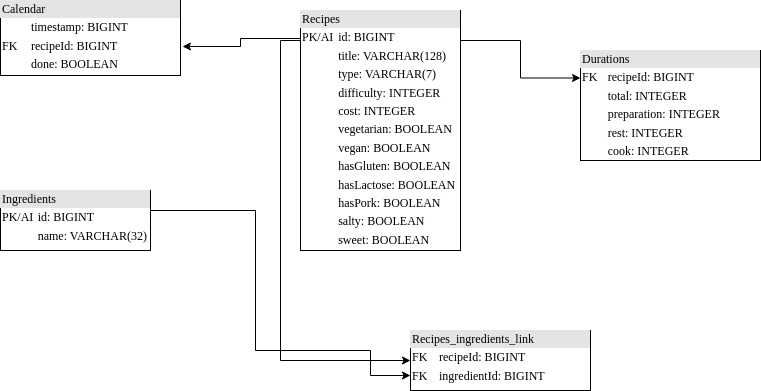
Vjonquiere/KeskonMange keeps this draw.io diagram as server/database.png. Above is the earlier version. Source tidied: cells renumbered, new cells last; positions are measured from the earlier drawing's top-left corner, leaving out a move shared by most shapes. Its diagram source:
```xml
<mxGraphModel>
  <root>
    <mxCell id="0" />
    <mxCell id="1" parent="0" />
    <mxCell id="2" style="edgeStyle=orthogonalEdgeStyle;rounded=0;jettySize=auto;html=1;exitX=1;exitY=0.5;exitDx=0;exitDy=0;entryX=0;entryY=0.25;entryDx=0;entryDy=0;" parent="1" edge="1" source="5" target="10">
      <mxGeometry relative="1" as="geometry">
        <Array as="points">
          <mxPoint x="460" y="40" />
          <mxPoint x="520" y="40" />
          <mxPoint x="520" y="78" />
        </Array>
      </mxGeometry>
    </mxCell>
    <mxCell id="3" style="edgeStyle=orthogonalEdgeStyle;rounded=0;jettySize=auto;html=1;entryX=1.011;entryY=0.613;entryDx=0;entryDy=0;entryPerimeter=0;" parent="1" edge="1" source="5" target="9">
      <mxGeometry relative="1" as="geometry">
        <Array as="points">
          <mxPoint x="240" y="38" />
          <mxPoint x="240" y="46" />
        </Array>
      </mxGeometry>
    </mxCell>
    <mxCell id="4" style="edgeStyle=orthogonalEdgeStyle;rounded=0;jettySize=auto;html=1;exitX=0;exitY=0.25;exitDx=0;exitDy=0;entryX=0;entryY=0.5;entryDx=0;entryDy=0;" parent="1" edge="1" source="5" target="8">
      <mxGeometry relative="1" as="geometry">
        <Array as="points">
          <mxPoint x="300" y="40" />
          <mxPoint x="280" y="40" />
          <mxPoint x="280" y="360" />
        </Array>
      </mxGeometry>
    </mxCell>
    <mxCell id="5" value="&lt;div style=&quot;box-sizing:border-box;width:100%;background:#e4e4e4;padding:2px;&quot;&gt;Recipes&lt;/div&gt;&lt;table style=&quot;width:100%;font-size:1em;&quot; cellpadding=&quot;2&quot; cellspacing=&quot;0&quot;&gt;&lt;tbody&gt;&lt;tr&gt;&lt;td&gt;PK/AI&lt;/td&gt;&lt;td&gt;id: BIGINT&amp;nbsp;&lt;/td&gt;&lt;/tr&gt;&lt;tr&gt;&lt;td&gt;&lt;br&gt;&lt;/td&gt;&lt;td&gt;title: VARCHAR(128)&lt;/td&gt;&lt;/tr&gt;&lt;tr&gt;&lt;td&gt;&lt;br&gt;&lt;/td&gt;&lt;td&gt;type: VARCHAR(7)&lt;/td&gt;&lt;/tr&gt;&lt;tr&gt;&lt;td&gt;&lt;br&gt;&lt;/td&gt;&lt;td&gt;difficulty: INTEGER&lt;br&gt;&lt;/td&gt;&lt;/tr&gt;&lt;tr&gt;&lt;td&gt;&lt;br&gt;&lt;/td&gt;&lt;td&gt;cost: INTEGER&lt;br&gt;&lt;/td&gt;&lt;/tr&gt;&lt;tr&gt;&lt;td&gt;&lt;br&gt;&lt;/td&gt;&lt;td&gt;vegetarian: BOOLEAN&lt;/td&gt;&lt;/tr&gt;&lt;tr&gt;&lt;td&gt;&lt;br&gt;&lt;/td&gt;&lt;td&gt;vegan: BOOLEAN&lt;/td&gt;&lt;/tr&gt;&lt;tr&gt;&lt;td&gt;&lt;br&gt;&lt;/td&gt;&lt;td&gt;hasGluten: BOOLEAN&lt;/td&gt;&lt;/tr&gt;&lt;tr&gt;&lt;td&gt;&lt;br&gt;&lt;/td&gt;&lt;td&gt;hasLactose: BOOLEAN&lt;/td&gt;&lt;/tr&gt;&lt;tr&gt;&lt;td&gt;&lt;br&gt;&lt;/td&gt;&lt;td&gt;hasPork: BOOLEAN&lt;/td&gt;&lt;/tr&gt;&lt;tr&gt;&lt;td&gt;&lt;br&gt;&lt;/td&gt;&lt;td&gt;salty: BOOLEAN&lt;/td&gt;&lt;/tr&gt;&lt;tr&gt;&lt;td&gt;&lt;br&gt;&lt;/td&gt;&lt;td&gt;sweet: BOOLEAN&lt;/td&gt;&lt;/tr&gt;&lt;/tbody&gt;&lt;/table&gt;" style="verticalAlign=top;align=left;overflow=fill;html=1;rounded=0;shadow=0;comic=0;labelBackgroundColor=none;strokeWidth=1;fontFamily=Verdana;fontSize=12;" parent="1" vertex="1">
      <mxGeometry x="300" y="10" width="160" height="240" as="geometry" />
    </mxCell>
    <mxCell id="6" style="edgeStyle=orthogonalEdgeStyle;rounded=0;jettySize=auto;html=1;entryX=0;entryY=0.75;entryDx=0;entryDy=0;" parent="1" edge="1" source="7" target="8">
      <mxGeometry relative="1" as="geometry">
        <Array as="points">
          <mxPoint x="255" y="210" />
          <mxPoint x="255" y="350" />
          <mxPoint x="370" y="350" />
        </Array>
      </mxGeometry>
    </mxCell>
    <mxCell id="7" value="&lt;div style=&quot;box-sizing: border-box ; width: 100% ; background: #e4e4e4 ; padding: 2px&quot;&gt;Ingredients&lt;/div&gt;&lt;table style=&quot;width: 100% ; font-size: 1em&quot; cellpadding=&quot;2&quot; cellspacing=&quot;0&quot;&gt;&lt;tbody&gt;&lt;tr&gt;&lt;td&gt;PK/AI&lt;/td&gt;&lt;td&gt;id: BIGINT&lt;/td&gt;&lt;/tr&gt;&lt;tr&gt;&lt;td&gt;&lt;br&gt;&lt;/td&gt;&lt;td&gt;name: VARCHAR(32)&lt;/td&gt;&lt;/tr&gt;&lt;tr&gt;&lt;td&gt;&lt;/td&gt;&lt;td&gt;&lt;br&gt;&lt;/td&gt;&lt;/tr&gt;&lt;tr&gt;&lt;td&gt;&lt;br&gt;&lt;/td&gt;&lt;td&gt;&lt;br&gt;&lt;/td&gt;&lt;/tr&gt;&lt;tr&gt;&lt;td&gt;&lt;br&gt;&lt;/td&gt;&lt;td&gt;&lt;br&gt;&lt;/td&gt;&lt;/tr&gt;&lt;tr&gt;&lt;td&gt;&lt;br&gt;&lt;/td&gt;&lt;td&gt;&lt;br&gt;&lt;/td&gt;&lt;/tr&gt;&lt;/tbody&gt;&lt;/table&gt;" style="verticalAlign=top;align=left;overflow=fill;html=1;rounded=0;shadow=0;comic=0;labelBackgroundColor=none;strokeWidth=1;fontFamily=Verdana;fontSize=12;" parent="1" vertex="1">
      <mxGeometry y="190" width="150" height="60" as="geometry" />
    </mxCell>
    <mxCell id="8" value="&lt;div style=&quot;box-sizing: border-box ; width: 100% ; background: #e4e4e4 ; padding: 2px&quot;&gt;Recipes_ingredients_link&lt;/div&gt;&lt;table style=&quot;width: 100% ; font-size: 1em&quot; cellpadding=&quot;2&quot; cellspacing=&quot;0&quot;&gt;&lt;tbody&gt;&lt;tr&gt;&lt;td&gt;FK&lt;/td&gt;&lt;td&gt;recipeId: BIGINT&lt;/td&gt;&lt;/tr&gt;&lt;tr&gt;&lt;td&gt;FK&lt;/td&gt;&lt;td&gt;ingredientId: BIGINT&lt;/td&gt;&lt;/tr&gt;&lt;/tbody&gt;&lt;/table&gt;" style="verticalAlign=top;align=left;overflow=fill;html=1;rounded=0;shadow=0;comic=0;labelBackgroundColor=none;strokeWidth=1;fontFamily=Verdana;fontSize=12;" parent="1" vertex="1">
      <mxGeometry x="410" y="330" width="180" height="60" as="geometry" />
    </mxCell>
    <mxCell id="9" value="&lt;div style=&quot;box-sizing: border-box ; width: 100% ; background: #e4e4e4 ; padding: 2px&quot;&gt;Calendar&lt;/div&gt;&lt;table style=&quot;width: 100% ; font-size: 1em&quot; cellpadding=&quot;2&quot; cellspacing=&quot;0&quot;&gt;&lt;tbody&gt;&lt;tr&gt;&lt;td&gt;&lt;br&gt;&lt;/td&gt;&lt;td&gt;timestamp: BIGINT&lt;/td&gt;&lt;/tr&gt;&lt;tr&gt;&lt;td&gt;FK&lt;/td&gt;&lt;td&gt;recipeId: BIGINT&lt;/td&gt;&lt;/tr&gt;&lt;tr&gt;&lt;td&gt;&lt;/td&gt;&lt;td&gt;done: BOOLEAN&lt;/td&gt;&lt;/tr&gt;&lt;/tbody&gt;&lt;/table&gt;" style="verticalAlign=top;align=left;overflow=fill;html=1;rounded=0;shadow=0;comic=0;labelBackgroundColor=none;strokeWidth=1;fontFamily=Verdana;fontSize=12;" parent="1" vertex="1">
      <mxGeometry width="180" height="75" as="geometry" />
    </mxCell>
    <mxCell id="10" value="&lt;div style=&quot;box-sizing:border-box;width:100%;background:#e4e4e4;padding:2px;&quot;&gt;Durations&lt;/div&gt;&lt;table style=&quot;width:100%;font-size:1em;&quot; cellpadding=&quot;2&quot; cellspacing=&quot;0&quot;&gt;&lt;tbody&gt;&lt;tr&gt;&lt;td&gt;FK&lt;/td&gt;&lt;td&gt;recipeId: BIGINT&lt;/td&gt;&lt;/tr&gt;&lt;tr&gt;&lt;td&gt;&lt;br&gt;&lt;/td&gt;&lt;td&gt;total: INTEGER&lt;/td&gt;&lt;/tr&gt;&lt;tr&gt;&lt;td&gt;&lt;/td&gt;&lt;td&gt;preparation: INTEGER&lt;br&gt;&lt;/td&gt;&lt;/tr&gt;&lt;tr&gt;&lt;td&gt;&lt;br&gt;&lt;/td&gt;&lt;td&gt;rest: INTEGER&lt;/td&gt;&lt;/tr&gt;&lt;tr&gt;&lt;td&gt;&lt;br&gt;&lt;/td&gt;&lt;td&gt;cook: INTEGER&lt;/td&gt;&lt;/tr&gt;&lt;/tbody&gt;&lt;/table&gt;" style="verticalAlign=top;align=left;overflow=fill;html=1;rounded=0;shadow=0;comic=0;labelBackgroundColor=none;strokeWidth=1;fontFamily=Verdana;fontSize=12;" parent="1" vertex="1">
      <mxGeometry x="580" y="50" width="180" height="110" as="geometry" />
    </mxCell>
  </root>
</mxGraphModel>
```
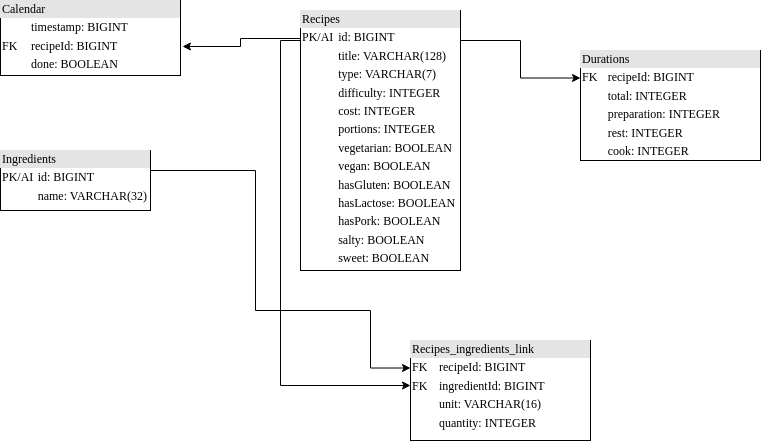
The same diagram one commit later.

Commit message:
portion on recipe table

What changed in the source:
```diff
@@ -19,32 +19,36 @@
         </Array>
       </mxGeometry>
     </mxCell>
-    <mxCell id="4" style="edgeStyle=orthogonalEdgeStyle;rounded=0;jettySize=auto;html=1;exitX=0;exitY=0.25;exitDx=0;exitDy=0;entryX=0;entryY=0.5;entryDx=0;entryDy=0;" parent="1" edge="1" source="5" target="8">
+    <mxCell id="4" style="edgeStyle=orthogonalEdgeStyle;rounded=0;orthogonalLoop=1;jettySize=auto;html=1;exitX=0;exitY=0.25;exitDx=0;exitDy=0;entryX=0;entryY=0.5;entryDx=0;entryDy=0;" parent="1" edge="1">
       <mxGeometry relative="1" as="geometry">
+        <mxPoint x="300" y="75" as="sourcePoint" />
+        <mxPoint x="410" y="385" as="targetPoint" />
         <Array as="points">
           <mxPoint x="300" y="40" />
           <mxPoint x="280" y="40" />
-          <mxPoint x="280" y="360" />
+          <mxPoint x="280" y="385" />
         </Array>
       </mxGeometry>
     </mxCell>
-    <mxCell id="5" value="&lt;div style=&quot;box-sizing:border-box;width:100%;background:#e4e4e4;padding:2px;&quot;&gt;Recipes&lt;/div&gt;&lt;table style=&quot;width:100%;font-size:1em;&quot; cellpadding=&quot;2&quot; cellspacing=&quot;0&quot;&gt;&lt;tbody&gt;&lt;tr&gt;&lt;td&gt;PK/AI&lt;/td&gt;&lt;td&gt;id: BIGINT&amp;nbsp;&lt;/td&gt;&lt;/tr&gt;&lt;tr&gt;&lt;td&gt;&lt;br&gt;&lt;/td&gt;&lt;td&gt;title: VARCHAR(128)&lt;/td&gt;&lt;/tr&gt;&lt;tr&gt;&lt;td&gt;&lt;br&gt;&lt;/td&gt;&lt;td&gt;type: VARCHAR(7)&lt;/td&gt;&lt;/tr&gt;&lt;tr&gt;&lt;td&gt;&lt;br&gt;&lt;/td&gt;&lt;td&gt;difficulty: INTEGER&lt;br&gt;&lt;/td&gt;&lt;/tr&gt;&lt;tr&gt;&lt;td&gt;&lt;br&gt;&lt;/td&gt;&lt;td&gt;cost: INTEGER&lt;br&gt;&lt;/td&gt;&lt;/tr&gt;&lt;tr&gt;&lt;td&gt;&lt;br&gt;&lt;/td&gt;&lt;td&gt;vegetarian: BOOLEAN&lt;/td&gt;&lt;/tr&gt;&lt;tr&gt;&lt;td&gt;&lt;br&gt;&lt;/td&gt;&lt;td&gt;vegan: BOOLEAN&lt;/td&gt;&lt;/tr&gt;&lt;tr&gt;&lt;td&gt;&lt;br&gt;&lt;/td&gt;&lt;td&gt;hasGluten: BOOLEAN&lt;/td&gt;&lt;/tr&gt;&lt;tr&gt;&lt;td&gt;&lt;br&gt;&lt;/td&gt;&lt;td&gt;hasLactose: BOOLEAN&lt;/td&gt;&lt;/tr&gt;&lt;tr&gt;&lt;td&gt;&lt;br&gt;&lt;/td&gt;&lt;td&gt;hasPork: BOOLEAN&lt;/td&gt;&lt;/tr&gt;&lt;tr&gt;&lt;td&gt;&lt;br&gt;&lt;/td&gt;&lt;td&gt;salty: BOOLEAN&lt;/td&gt;&lt;/tr&gt;&lt;tr&gt;&lt;td&gt;&lt;br&gt;&lt;/td&gt;&lt;td&gt;sweet: BOOLEAN&lt;/td&gt;&lt;/tr&gt;&lt;/tbody&gt;&lt;/table&gt;" style="verticalAlign=top;align=left;overflow=fill;html=1;rounded=0;shadow=0;comic=0;labelBackgroundColor=none;strokeWidth=1;fontFamily=Verdana;fontSize=12;" parent="1" vertex="1">
-      <mxGeometry x="300" y="10" width="160" height="240" as="geometry" />
+    <mxCell id="5" value="&lt;div style=&quot;box-sizing:border-box;width:100%;background:#e4e4e4;padding:2px;&quot;&gt;Recipes&lt;/div&gt;&lt;table style=&quot;width:100%;font-size:1em;&quot; cellpadding=&quot;2&quot; cellspacing=&quot;0&quot;&gt;&lt;tbody&gt;&lt;tr&gt;&lt;td&gt;PK/AI&lt;/td&gt;&lt;td&gt;id: BIGINT&amp;nbsp;&lt;/td&gt;&lt;/tr&gt;&lt;tr&gt;&lt;td&gt;&lt;br&gt;&lt;/td&gt;&lt;td&gt;title: VARCHAR(128)&lt;/td&gt;&lt;/tr&gt;&lt;tr&gt;&lt;td&gt;&lt;br&gt;&lt;/td&gt;&lt;td&gt;type: VARCHAR(7)&lt;/td&gt;&lt;/tr&gt;&lt;tr&gt;&lt;td&gt;&lt;br&gt;&lt;/td&gt;&lt;td&gt;difficulty: INTEGER&lt;br&gt;&lt;/td&gt;&lt;/tr&gt;&lt;tr&gt;&lt;td&gt;&lt;br&gt;&lt;/td&gt;&lt;td&gt;cost: INTEGER&lt;br&gt;&lt;/td&gt;&lt;/tr&gt;&lt;tr&gt;&lt;td&gt;&lt;br&gt;&lt;/td&gt;&lt;td&gt;portions: INTEGER&lt;/td&gt;&lt;/tr&gt;&lt;tr&gt;&lt;td&gt;&lt;br&gt;&lt;/td&gt;&lt;td&gt;vegetarian: BOOLEAN&lt;/td&gt;&lt;/tr&gt;&lt;tr&gt;&lt;td&gt;&lt;br&gt;&lt;/td&gt;&lt;td&gt;vegan: BOOLEAN&lt;/td&gt;&lt;/tr&gt;&lt;tr&gt;&lt;td&gt;&lt;br&gt;&lt;/td&gt;&lt;td&gt;hasGluten: BOOLEAN&lt;/td&gt;&lt;/tr&gt;&lt;tr&gt;&lt;td&gt;&lt;br&gt;&lt;/td&gt;&lt;td&gt;hasLactose: BOOLEAN&lt;/td&gt;&lt;/tr&gt;&lt;tr&gt;&lt;td&gt;&lt;br&gt;&lt;/td&gt;&lt;td&gt;hasPork: BOOLEAN&lt;/td&gt;&lt;/tr&gt;&lt;tr&gt;&lt;td&gt;&lt;br&gt;&lt;/td&gt;&lt;td&gt;salty: BOOLEAN&lt;/td&gt;&lt;/tr&gt;&lt;tr&gt;&lt;td&gt;&lt;br&gt;&lt;/td&gt;&lt;td&gt;sweet: BOOLEAN&lt;/td&gt;&lt;/tr&gt;&lt;/tbody&gt;&lt;/table&gt;" style="verticalAlign=top;align=left;overflow=fill;html=1;rounded=0;shadow=0;comic=0;labelBackgroundColor=none;strokeWidth=1;fontFamily=Verdana;fontSize=12;" parent="1" vertex="1">
+      <mxGeometry x="300" y="10" width="160" height="260" as="geometry" />
     </mxCell>
-    <mxCell id="6" style="edgeStyle=orthogonalEdgeStyle;rounded=0;jettySize=auto;html=1;entryX=0;entryY=0.75;entryDx=0;entryDy=0;" parent="1" edge="1" source="7" target="8">
+    <mxCell id="6" style="edgeStyle=orthogonalEdgeStyle;rounded=0;orthogonalLoop=1;jettySize=auto;html=1;entryX=0;entryY=0.75;entryDx=0;entryDy=0;" parent="1" edge="1">
       <mxGeometry relative="1" as="geometry">
+        <mxPoint x="150" y="170" as="sourcePoint" />
+        <mxPoint x="410" y="367.5" as="targetPoint" />
         <Array as="points">
-          <mxPoint x="255" y="210" />
-          <mxPoint x="255" y="350" />
-          <mxPoint x="370" y="350" />
+          <mxPoint x="255" y="170" />
+          <mxPoint x="255" y="310" />
+          <mxPoint x="370" y="310" />
         </Array>
       </mxGeometry>
     </mxCell>
     <mxCell id="7" value="&lt;div style=&quot;box-sizing: border-box ; width: 100% ; background: #e4e4e4 ; padding: 2px&quot;&gt;Ingredients&lt;/div&gt;&lt;table style=&quot;width: 100% ; font-size: 1em&quot; cellpadding=&quot;2&quot; cellspacing=&quot;0&quot;&gt;&lt;tbody&gt;&lt;tr&gt;&lt;td&gt;PK/AI&lt;/td&gt;&lt;td&gt;id: BIGINT&lt;/td&gt;&lt;/tr&gt;&lt;tr&gt;&lt;td&gt;&lt;br&gt;&lt;/td&gt;&lt;td&gt;name: VARCHAR(32)&lt;/td&gt;&lt;/tr&gt;&lt;tr&gt;&lt;td&gt;&lt;/td&gt;&lt;td&gt;&lt;br&gt;&lt;/td&gt;&lt;/tr&gt;&lt;tr&gt;&lt;td&gt;&lt;br&gt;&lt;/td&gt;&lt;td&gt;&lt;br&gt;&lt;/td&gt;&lt;/tr&gt;&lt;tr&gt;&lt;td&gt;&lt;br&gt;&lt;/td&gt;&lt;td&gt;&lt;br&gt;&lt;/td&gt;&lt;/tr&gt;&lt;tr&gt;&lt;td&gt;&lt;br&gt;&lt;/td&gt;&lt;td&gt;&lt;br&gt;&lt;/td&gt;&lt;/tr&gt;&lt;/tbody&gt;&lt;/table&gt;" style="verticalAlign=top;align=left;overflow=fill;html=1;rounded=0;shadow=0;comic=0;labelBackgroundColor=none;strokeWidth=1;fontFamily=Verdana;fontSize=12;" parent="1" vertex="1">
-      <mxGeometry y="190" width="150" height="60" as="geometry" />
+      <mxGeometry y="150" width="150" height="60" as="geometry" />
     </mxCell>
-    <mxCell id="8" value="&lt;div style=&quot;box-sizing: border-box ; width: 100% ; background: #e4e4e4 ; padding: 2px&quot;&gt;Recipes_ingredients_link&lt;/div&gt;&lt;table style=&quot;width: 100% ; font-size: 1em&quot; cellpadding=&quot;2&quot; cellspacing=&quot;0&quot;&gt;&lt;tbody&gt;&lt;tr&gt;&lt;td&gt;FK&lt;/td&gt;&lt;td&gt;recipeId: BIGINT&lt;/td&gt;&lt;/tr&gt;&lt;tr&gt;&lt;td&gt;FK&lt;/td&gt;&lt;td&gt;ingredientId: BIGINT&lt;/td&gt;&lt;/tr&gt;&lt;/tbody&gt;&lt;/table&gt;" style="verticalAlign=top;align=left;overflow=fill;html=1;rounded=0;shadow=0;comic=0;labelBackgroundColor=none;strokeWidth=1;fontFamily=Verdana;fontSize=12;" parent="1" vertex="1">
-      <mxGeometry x="410" y="330" width="180" height="60" as="geometry" />
+    <mxCell id="8" value="&lt;div style=&quot;box-sizing: border-box ; width: 100% ; background: #e4e4e4 ; padding: 2px&quot;&gt;Recipes_ingredients_link&lt;/div&gt;&lt;table style=&quot;width: 100% ; font-size: 1em&quot; cellpadding=&quot;2&quot; cellspacing=&quot;0&quot;&gt;&lt;tbody&gt;&lt;tr&gt;&lt;td&gt;FK&lt;/td&gt;&lt;td&gt;recipeId: BIGINT&lt;/td&gt;&lt;/tr&gt;&lt;tr&gt;&lt;td&gt;FK&lt;/td&gt;&lt;td&gt;ingredientId: BIGINT&lt;/td&gt;&lt;/tr&gt;&lt;tr&gt;&lt;td&gt;&lt;br&gt;&lt;/td&gt;&lt;td&gt;unit: VARCHAR(16)&lt;/td&gt;&lt;/tr&gt;&lt;tr&gt;&lt;td&gt;&lt;br&gt;&lt;/td&gt;&lt;td&gt;quantity: INTEGER&lt;/td&gt;&lt;/tr&gt;&lt;/tbody&gt;&lt;/table&gt;" style="verticalAlign=top;align=left;overflow=fill;html=1;rounded=0;shadow=0;comic=0;labelBackgroundColor=none;strokeWidth=1;fontFamily=Verdana;fontSize=12;" parent="1" vertex="1">
+      <mxGeometry x="410" y="340" width="180" height="100" as="geometry" />
     </mxCell>
     <mxCell id="9" value="&lt;div style=&quot;box-sizing: border-box ; width: 100% ; background: #e4e4e4 ; padding: 2px&quot;&gt;Calendar&lt;/div&gt;&lt;table style=&quot;width: 100% ; font-size: 1em&quot; cellpadding=&quot;2&quot; cellspacing=&quot;0&quot;&gt;&lt;tbody&gt;&lt;tr&gt;&lt;td&gt;&lt;br&gt;&lt;/td&gt;&lt;td&gt;timestamp: BIGINT&lt;/td&gt;&lt;/tr&gt;&lt;tr&gt;&lt;td&gt;FK&lt;/td&gt;&lt;td&gt;recipeId: BIGINT&lt;/td&gt;&lt;/tr&gt;&lt;tr&gt;&lt;td&gt;&lt;/td&gt;&lt;td&gt;done: BOOLEAN&lt;/td&gt;&lt;/tr&gt;&lt;/tbody&gt;&lt;/table&gt;" style="verticalAlign=top;align=left;overflow=fill;html=1;rounded=0;shadow=0;comic=0;labelBackgroundColor=none;strokeWidth=1;fontFamily=Verdana;fontSize=12;" parent="1" vertex="1">
       <mxGeometry width="180" height="75" as="geometry" />
```
